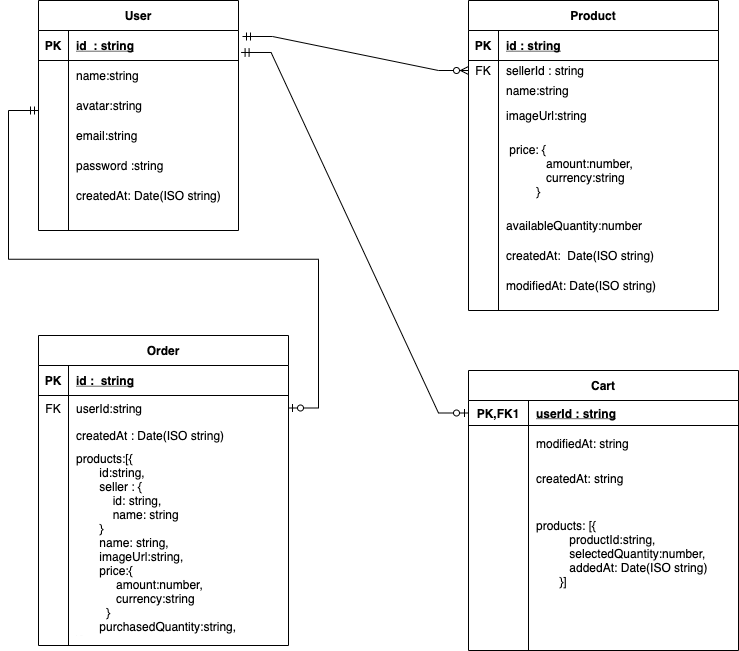
The draw.io diagram docs/erd.png in rajatgarg9/e-commerce-mern-stack, before a commit. Source tidied: cells renumbered, new cells last; positions are measured from the earlier drawing's top-left corner, leaving out a move shared by most shapes.
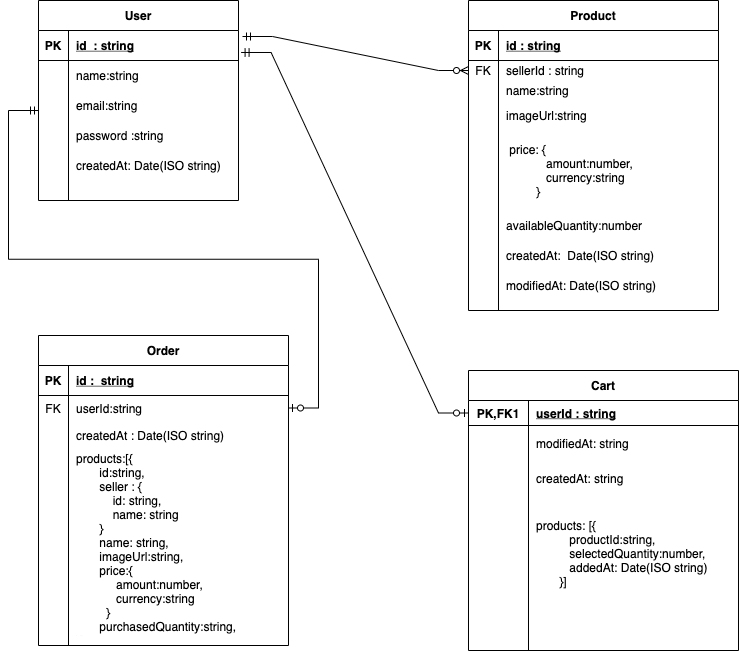
Later version of the same file.

What changed in the source:
```diff
@@ -78,7 +78,7 @@
       <mxGeometry x="30" width="220" height="30" as="geometry" />
     </mxCell>
     <mxCell id="27" value="User" style="shape=table;startSize=30;rowLines=0;fontStyle=1;align=center;" parent="1" vertex="1">
-      <mxGeometry width="200" height="230" as="geometry" />
+      <mxGeometry width="200" height="200" as="geometry" />
     </mxCell>
     <mxCell id="28" style="shape=partialRectangle;fillColor=none;points=[[0,0.5],[1,0.5]];portConstraint=eastwest;top=0;left=0;right=0;bottom=1;" parent="27" vertex="1">
       <mxGeometry y="30" width="200" height="30" as="geometry" />
@@ -98,17 +98,8 @@
     <mxCell id="33" value="name:string" style="shape=partialRectangle;overflow=hidden;fillColor=none;top=0;left=0;bottom=0;right=0;align=left;spacingLeft=6;" parent="31" vertex="1">
       <mxGeometry x="30" width="170" height="30" as="geometry" />
     </mxCell>
-    <mxCell id="34" style="shape=partialRectangle;fillColor=none;top=0;left=0;right=0;bottom=0;" parent="27" vertex="1">
-      <mxGeometry y="90" width="200" height="30" as="geometry" />
-    </mxCell>
-    <mxCell id="35" style="shape=partialRectangle;overflow=hidden;fillColor=none;top=0;left=0;bottom=0;right=0;" parent="34" vertex="1">
-      <mxGeometry width="30" height="30" as="geometry" />
-    </mxCell>
-    <mxCell id="36" value="avatar:string" style="shape=partialRectangle;overflow=hidden;fillColor=none;top=0;left=0;bottom=0;right=0;align=left;spacingLeft=6;" parent="34" vertex="1">
-      <mxGeometry x="30" width="170" height="30" as="geometry" />
-    </mxCell>
     <mxCell id="37" style="shape=partialRectangle;fillColor=none;top=0;left=0;right=0;bottom=0;" parent="27" vertex="1">
-      <mxGeometry y="120" width="200" height="30" as="geometry" />
+      <mxGeometry y="90" width="200" height="30" as="geometry" />
     </mxCell>
     <mxCell id="38" style="shape=partialRectangle;overflow=hidden;fillColor=none;top=0;left=0;bottom=0;right=0;" parent="37" vertex="1">
       <mxGeometry width="30" height="30" as="geometry" />
@@ -117,7 +108,7 @@
       <mxGeometry x="30" width="170" height="30" as="geometry" />
     </mxCell>
     <mxCell id="40" style="shape=partialRectangle;fillColor=none;top=0;left=0;right=0;bottom=0;" parent="27" vertex="1">
-      <mxGeometry y="150" width="200" height="30" as="geometry" />
+      <mxGeometry y="120" width="200" height="30" as="geometry" />
     </mxCell>
     <mxCell id="41" style="shape=partialRectangle;overflow=hidden;fillColor=none;top=0;left=0;bottom=0;right=0;" parent="40" vertex="1">
       <mxGeometry width="30" height="30" as="geometry" />
@@ -126,7 +117,7 @@
       <mxGeometry x="30" width="170" height="30" as="geometry" />
     </mxCell>
     <mxCell id="43" style="shape=partialRectangle;fillColor=none;top=0;left=0;right=0;bottom=0;" parent="27" vertex="1">
-      <mxGeometry y="180" width="200" height="30" as="geometry" />
+      <mxGeometry y="150" width="200" height="30" as="geometry" />
     </mxCell>
     <mxCell id="44" style="shape=partialRectangle;overflow=hidden;fillColor=none;top=0;left=0;bottom=0;right=0;" parent="43" vertex="1">
       <mxGeometry width="30" height="30" as="geometry" />
```
